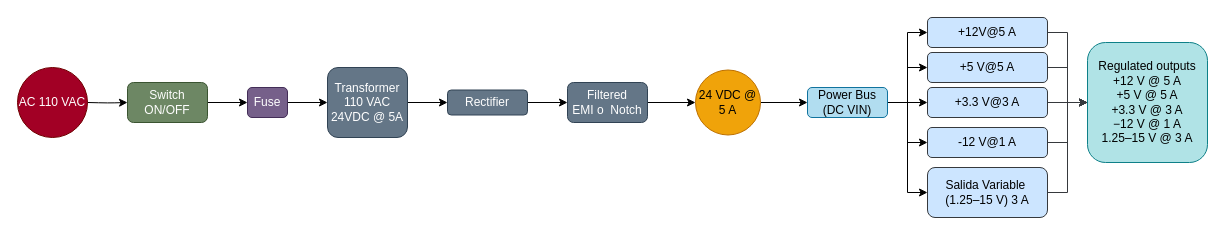
This is Documentación/HBLD_Power_supply.drawio from HenryPabon09/Project_1_Power_supply, a draw.io file, before an edit. Source tidied: cells renumbered, new cells numbered last; positions are measured from the earlier drawing's top-left corner, leaving out a move shared by most shapes. Both pictures are drawn from the tidied source at 100%, with x=0, y=0 at pixel (17, 17).
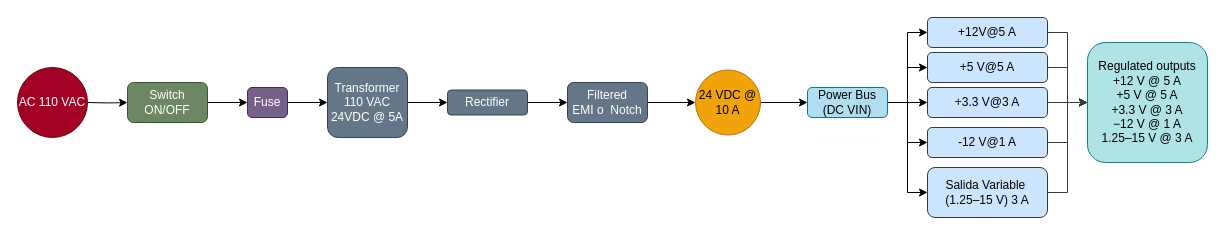
Above is the later version.

The edit, as a diff of the source:
```diff
@@
-    <mxCell id="22" value="&lt;span style=&quot;text-decoration-line: inherit; background-color: transparent; color: light-dark(rgb(0, 0, 0), rgb(255, 255, 255));&quot;&gt;24 VDC @ 5 A&lt;/span&gt;" style="ellipse;whiteSpace=wrap;html=1;shapeInside=1;fillColor=#f0a30a;fontColor=#000000;strokeColor=#BD7000;" parent="1" vertex="1">
+    <mxCell id="22" value="&lt;span style=&quot;text-decoration-line: inherit; background-color: transparent; color: light-dark(rgb(0, 0, 0), rgb(255, 255, 255));&quot;&gt;24 VDC @ 10 A&lt;/span&gt;" style="ellipse;whiteSpace=wrap;html=1;shapeInside=1;fillColor=#f0a30a;fontColor=#000000;strokeColor=#BD7000;" parent="1" vertex="1">
       <mxGeometry x="678" y="52.5" width="65" height="65" as="geometry" />
     </mxCell>
```
